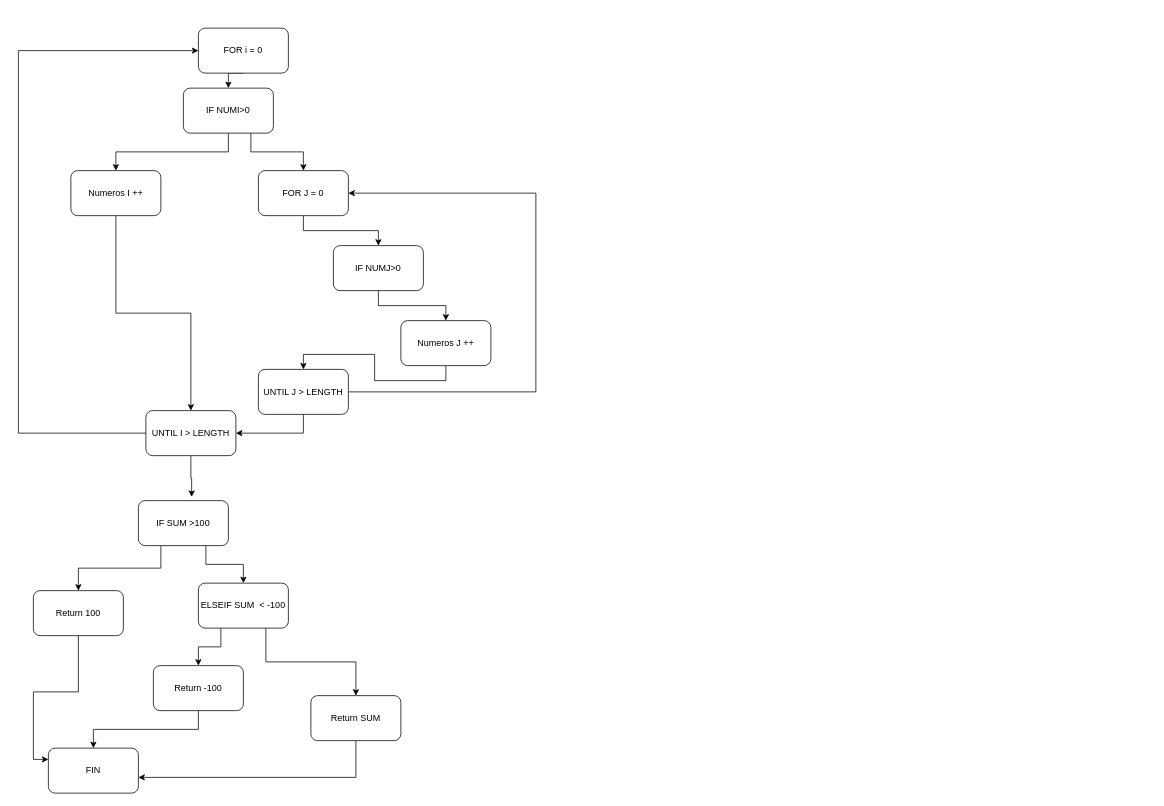
The draw.io diagram Diagrama FOR.drawio in JamartinezSanAlberto/Diagramas, before the edit. Source tidied: cells renumbered, new cells numbered last; positions are measured from the earlier drawing's top-left corner, leaving out a move shared by most shapes. Both pictures are drawn from the tidied source at 75%, with x=0, y=0 at pixel (18, 28).
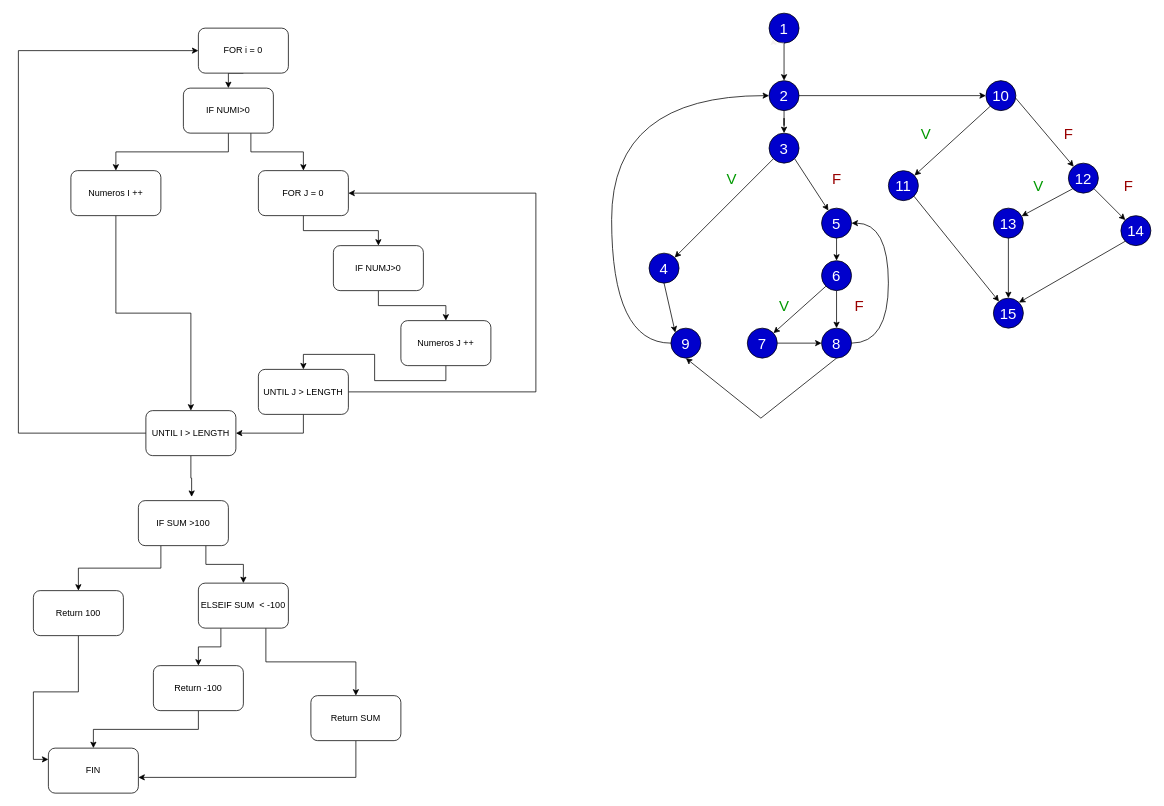
The same page after the edit.

The edit, as a diff of the source:
```diff
@@
+    <mxCell id="34" style="edgeStyle=orthogonalEdgeStyle;rounded=0;jettySize=auto;html=1;exitX=0.5;exitY=1;exitDx=0;exitDy=0;strokeColor=#000000;fontSize=20;fontColor=#FFFFFF;" parent="1" edge="1" source="35" target="39">
+      <mxGeometry relative="1" as="geometry" />
+    </mxCell>
+    <mxCell id="35" value="&lt;font style=&quot;font-size: 20px;&quot; color=&quot;#ffffff&quot;&gt;1&lt;/font&gt;" style="ellipse;whiteSpace=wrap;html=1;fillColor=#0000CC;" parent="1" vertex="1">
+      <mxGeometry x="1000.9" y="-20" width="40" height="40" as="geometry" />
+    </mxCell>
+    <mxCell id="36" style="edgeStyle=orthogonalEdgeStyle;rounded=0;orthogonalLoop=1;jettySize=auto;html=1;exitX=0.5;exitY=1;exitDx=0;exitDy=0;entryX=0;entryY=1;entryDx=0;entryDy=0;strokeColor=#f4f1f1;" parent="1" edge="1" source="35" target="35">
+      <mxGeometry relative="1" as="geometry" />
+    </mxCell>
+    <mxCell id="37" style="edgeStyle=orthogonalEdgeStyle;rounded=0;jettySize=auto;html=1;exitX=0.5;exitY=1;exitDx=0;exitDy=0;strokeColor=#000000;fontSize=20;fontColor=#FFFFFF;" parent="1" edge="1" source="39" target="42">
+      <mxGeometry relative="1" as="geometry" />
+    </mxCell>
+    <mxCell id="38" style="edgeStyle=none;rounded=0;jettySize=auto;html=1;exitX=1;exitY=0.5;exitDx=0;exitDy=0;strokeColor=#000000;fontSize=20;fontColor=#990000;entryX=0;entryY=0.5;entryDx=0;entryDy=0;" parent="1" edge="1" source="39" target="61">
+      <mxGeometry relative="1" as="geometry" />
+    </mxCell>
+    <mxCell id="39" value="&lt;font style=&quot;font-size: 20px;&quot; color=&quot;#ffffff&quot;&gt;2&lt;/font&gt;" style="ellipse;whiteSpace=wrap;html=1;fillColor=#0000CC;fontSize=20;fontColor=#FFFFFF;" parent="1" vertex="1">
+      <mxGeometry x="1000.9" y="70" width="40" height="40" as="geometry" />
+    </mxCell>
+    <mxCell id="40" style="rounded=0;jettySize=auto;html=1;exitX=0;exitY=1;exitDx=0;exitDy=0;strokeColor=#000000;fontSize=20;fontColor=#009900;entryX=1;entryY=0;entryDx=0;entryDy=0;" parent="1" edge="1" source="42" target="45">
+      <mxGeometry relative="1" as="geometry" />
+    </mxCell>
+    <mxCell id="41" style="edgeStyle=none;rounded=0;jettySize=auto;html=1;exitX=1;exitY=1;exitDx=0;exitDy=0;strokeColor=#000000;fontSize=20;fontColor=#009900;" parent="1" edge="1" source="42" target="48">
+      <mxGeometry relative="1" as="geometry" />
+    </mxCell>
+    <mxCell id="42" value="&lt;font style=&quot;font-size: 20px;&quot; color=&quot;#ffffff&quot;&gt;3&lt;/font&gt;" style="ellipse;whiteSpace=wrap;html=1;fillColor=#0000CC;fontSize=20;fontColor=#FFFFFF;" parent="1" vertex="1">
+      <mxGeometry x="1000.9" y="140" width="40" height="40" as="geometry" />
+    </mxCell>
+    <mxCell id="43" value="&lt;font color=&quot;#009900&quot;&gt;V&lt;/font&gt;" style="text;html=1;align=center;verticalAlign=middle;strokeColor=none;fillColor=none;fontSize=20;fontColor=#FFFFFF;" parent="1" vertex="1">
+      <mxGeometry x="930.9" y="180" width="40" height="40" as="geometry" />
+    </mxCell>
+    <mxCell id="44" style="edgeStyle=none;rounded=0;jettySize=auto;html=1;entryX=0;entryY=0;entryDx=0;entryDy=0;strokeColor=#000000;fontSize=20;fontColor=#990000;exitX=0.5;exitY=1;exitDx=0;exitDy=0;" parent="1" edge="1" source="45" target="58">
+      <mxGeometry relative="1" as="geometry" />
+    </mxCell>
+    <mxCell id="45" value="&lt;font style=&quot;font-size: 20px;&quot; color=&quot;#ffffff&quot;&gt;4&lt;/font&gt;" style="ellipse;whiteSpace=wrap;html=1;fillColor=#0000CC;fontSize=20;fontColor=#FFFFFF;" parent="1" vertex="1">
+      <mxGeometry x="840.9" y="300" width="40" height="40" as="geometry" />
+    </mxCell>
+    <mxCell id="46" style="edgeStyle=none;rounded=0;jettySize=auto;html=1;exitX=0.5;exitY=1;exitDx=0;exitDy=0;strokeColor=#000000;fontSize=20;fontColor=#990000;" parent="1" edge="1" source="48" target="52">
+      <mxGeometry relative="1" as="geometry" />
+    </mxCell>
+    <mxCell id="47" style="rounded=0;jettySize=auto;html=1;exitX=0.5;exitY=1;exitDx=0;exitDy=0;entryX=0.5;entryY=1;entryDx=0;entryDy=0;strokeColor=#000000;fontSize=20;fontColor=#990000;" parent="1" edge="1" source="56" target="58">
+      <mxGeometry relative="1" as="geometry">
+        <Array as="points">
+          <mxPoint x="990" y="520" />
+        </Array>
+      </mxGeometry>
+    </mxCell>
+    <mxCell id="48" value="&lt;font style=&quot;font-size: 20px;&quot; color=&quot;#ffffff&quot;&gt;5&lt;/font&gt;" style="ellipse;whiteSpace=wrap;html=1;fillColor=#0000CC;fontSize=20;fontColor=#FFFFFF;" parent="1" vertex="1">
+      <mxGeometry x="1070.9" y="240" width="40" height="40" as="geometry" />
+    </mxCell>
+    <mxCell id="49" value="&lt;font color=&quot;#990000&quot;&gt;F&lt;/font&gt;" style="text;html=1;align=center;verticalAlign=middle;strokeColor=none;fillColor=none;fontSize=20;fontColor=#FFFFFF;" parent="1" vertex="1">
+      <mxGeometry x="1070.9" y="180" width="40" height="40" as="geometry" />
+    </mxCell>
+    <mxCell id="50" style="edgeStyle=none;rounded=0;jettySize=auto;html=1;exitX=0;exitY=1;exitDx=0;exitDy=0;strokeColor=#000000;fontSize=20;fontColor=#990000;" parent="1" edge="1" source="52" target="54">
+      <mxGeometry relative="1" as="geometry" />
+    </mxCell>
+    <mxCell id="51" style="edgeStyle=none;rounded=0;jettySize=auto;html=1;exitX=0.5;exitY=1;exitDx=0;exitDy=0;strokeColor=#000000;fontSize=20;fontColor=#990000;" parent="1" edge="1" source="52" target="56">
+      <mxGeometry relative="1" as="geometry" />
+    </mxCell>
+    <mxCell id="52" value="&lt;font style=&quot;font-size: 20px;&quot; color=&quot;#ffffff&quot;&gt;6&lt;/font&gt;" style="ellipse;whiteSpace=wrap;html=1;fillColor=#0000CC;fontSize=20;fontColor=#FFFFFF;" parent="1" vertex="1">
+      <mxGeometry x="1070.9" y="310" width="40" height="40" as="geometry" />
+    </mxCell>
+    <mxCell id="53" style="edgeStyle=none;rounded=0;jettySize=auto;html=1;exitX=1;exitY=0.5;exitDx=0;exitDy=0;entryX=0;entryY=0.5;entryDx=0;entryDy=0;strokeColor=#000000;fontSize=20;fontColor=#990000;" parent="1" edge="1" source="54" target="56">
+      <mxGeometry relative="1" as="geometry" />
+    </mxCell>
+    <mxCell id="54" value="&lt;font style=&quot;font-size: 20px;&quot; color=&quot;#ffffff&quot;&gt;7&lt;/font&gt;" style="ellipse;whiteSpace=wrap;html=1;fillColor=#0000CC;fontSize=20;fontColor=#FFFFFF;" parent="1" vertex="1">
+      <mxGeometry x="971.9" y="400" width="40" height="40" as="geometry" />
+    </mxCell>
+    <mxCell id="55" style="edgeStyle=orthogonalEdgeStyle;rounded=0;jettySize=auto;html=1;exitX=1;exitY=0.5;exitDx=0;exitDy=0;entryX=1;entryY=0.5;entryDx=0;entryDy=0;strokeColor=#000000;fontSize=20;fontColor=#990000;curved=1;" parent="1" edge="1" source="56" target="48">
+      <mxGeometry relative="1" as="geometry">
+        <Array as="points">
+          <mxPoint x="1160" y="420" />
+          <mxPoint x="1160" y="260" />
+        </Array>
+      </mxGeometry>
+    </mxCell>
+    <mxCell id="56" value="&lt;font style=&quot;font-size: 20px;&quot; color=&quot;#ffffff&quot;&gt;8&lt;/font&gt;" style="ellipse;whiteSpace=wrap;html=1;fillColor=#0000CC;fontSize=20;fontColor=#FFFFFF;" parent="1" vertex="1">
+      <mxGeometry x="1070.9" y="400" width="40" height="40" as="geometry" />
+    </mxCell>
+    <mxCell id="57" style="edgeStyle=orthogonalEdgeStyle;rounded=0;jettySize=auto;html=1;exitX=0;exitY=0.5;exitDx=0;exitDy=0;entryX=0;entryY=0.5;entryDx=0;entryDy=0;strokeColor=#000000;fontSize=20;fontColor=#990000;curved=1;" parent="1" edge="1" source="58" target="39">
+      <mxGeometry relative="1" as="geometry">
+        <Array as="points">
+          <mxPoint x="791" y="420" />
+          <mxPoint x="791" y="90" />
+        </Array>
+      </mxGeometry>
+    </mxCell>
+    <mxCell id="58" value="&lt;font style=&quot;font-size: 20px;&quot; color=&quot;#ffffff&quot;&gt;9&lt;/font&gt;" style="ellipse;whiteSpace=wrap;html=1;fillColor=#0000CC;fontSize=20;fontColor=#FFFFFF;" parent="1" vertex="1">
+      <mxGeometry x="870" y="400" width="40" height="40" as="geometry" />
+    </mxCell>
+    <mxCell id="59" style="rounded=0;jettySize=auto;html=1;exitX=0;exitY=1;exitDx=0;exitDy=0;strokeColor=#000000;fontSize=20;fontColor=#990000;" parent="1" edge="1" source="61" target="63">
+      <mxGeometry relative="1" as="geometry" />
+    </mxCell>
+    <mxCell id="60" style="edgeStyle=none;rounded=0;jettySize=auto;html=1;exitX=0.5;exitY=0;exitDx=0;exitDy=0;strokeColor=#000000;fontSize=20;fontColor=#990000;" parent="1" edge="1" source="61" target="66">
+      <mxGeometry relative="1" as="geometry" />
+    </mxCell>
+    <mxCell id="61" value="&lt;font style=&quot;font-size: 20px;&quot; color=&quot;#ffffff&quot;&gt;10&lt;/font&gt;" style="ellipse;whiteSpace=wrap;html=1;fillColor=#0000CC;fontSize=20;fontColor=#FFFFFF;" parent="1" vertex="1">
+      <mxGeometry x="1290" y="70" width="40" height="40" as="geometry" />
+    </mxCell>
+    <mxCell id="62" style="edgeStyle=none;rounded=0;jettySize=auto;html=1;exitX=1;exitY=1;exitDx=0;exitDy=0;strokeColor=#000000;fontSize=20;fontColor=#990000;" parent="1" edge="1" source="63" target="69">
+      <mxGeometry relative="1" as="geometry" />
+    </mxCell>
+    <mxCell id="63" value="&lt;font style=&quot;font-size: 20px;&quot; color=&quot;#ffffff&quot;&gt;11&lt;/font&gt;" style="ellipse;whiteSpace=wrap;html=1;fillColor=#0000CC;fontSize=20;fontColor=#FFFFFF;" parent="1" vertex="1">
+      <mxGeometry x="1160" y="190" width="40" height="40" as="geometry" />
+    </mxCell>
+    <mxCell id="64" style="edgeStyle=none;rounded=0;jettySize=auto;html=1;exitX=1;exitY=1;exitDx=0;exitDy=0;strokeColor=#000000;fontSize=20;fontColor=#990000;" parent="1" edge="1" source="66" target="68">
+      <mxGeometry relative="1" as="geometry" />
+    </mxCell>
+    <mxCell id="65" style="edgeStyle=none;rounded=0;jettySize=auto;html=1;exitX=0;exitY=1;exitDx=0;exitDy=0;strokeColor=#000000;fontSize=20;fontColor=#990000;" parent="1" edge="1" source="66" target="71">
+      <mxGeometry relative="1" as="geometry" />
+    </mxCell>
+    <mxCell id="66" value="&lt;font style=&quot;font-size: 20px;&quot; color=&quot;#ffffff&quot;&gt;12&lt;/font&gt;" style="ellipse;whiteSpace=wrap;html=1;fillColor=#0000CC;fontSize=20;fontColor=#FFFFFF;" parent="1" vertex="1">
+      <mxGeometry x="1400" y="180" width="40" height="40" as="geometry" />
+    </mxCell>
+    <mxCell id="67" style="edgeStyle=none;rounded=0;jettySize=auto;html=1;exitX=0;exitY=1;exitDx=0;exitDy=0;entryX=1;entryY=0;entryDx=0;entryDy=0;strokeColor=#000000;fontSize=20;fontColor=#990000;" parent="1" edge="1" source="68" target="69">
+      <mxGeometry relative="1" as="geometry" />
+    </mxCell>
+    <mxCell id="68" value="&lt;font style=&quot;font-size: 20px;&quot; color=&quot;#ffffff&quot;&gt;14&lt;/font&gt;" style="ellipse;whiteSpace=wrap;html=1;fillColor=#0000CC;fontSize=20;fontColor=#FFFFFF;" parent="1" vertex="1">
+      <mxGeometry x="1470" y="250" width="40" height="40" as="geometry" />
+    </mxCell>
+    <mxCell id="69" value="&lt;font style=&quot;font-size: 20px;&quot; color=&quot;#ffffff&quot;&gt;15&lt;/font&gt;" style="ellipse;whiteSpace=wrap;html=1;fillColor=#0000CC;fontSize=20;fontColor=#FFFFFF;" parent="1" vertex="1">
+      <mxGeometry x="1300" y="360" width="40" height="40" as="geometry" />
+    </mxCell>
+    <mxCell id="70" style="edgeStyle=none;rounded=0;jettySize=auto;html=1;exitX=0.5;exitY=1;exitDx=0;exitDy=0;entryX=0.5;entryY=0;entryDx=0;entryDy=0;strokeColor=#000000;fontSize=20;fontColor=#990000;" parent="1" edge="1" source="71" target="69">
+      <mxGeometry relative="1" as="geometry" />
+    </mxCell>
+    <mxCell id="71" value="&lt;font style=&quot;font-size: 20px;&quot; color=&quot;#ffffff&quot;&gt;13&lt;/font&gt;" style="ellipse;whiteSpace=wrap;html=1;fillColor=#0000CC;fontSize=20;fontColor=#FFFFFF;" parent="1" vertex="1">
+      <mxGeometry x="1300" y="240" width="40" height="40" as="geometry" />
+    </mxCell>
+    <mxCell id="72" value="&lt;font color=&quot;#009900&quot;&gt;V&lt;/font&gt;" style="text;html=1;align=center;verticalAlign=middle;strokeColor=none;fillColor=none;fontSize=20;fontColor=#FFFFFF;" parent="1" vertex="1">
+      <mxGeometry x="1190" y="120" width="40" height="40" as="geometry" />
+    </mxCell>
+    <mxCell id="73" value="&lt;font color=&quot;#009900&quot;&gt;V&lt;/font&gt;" style="text;html=1;align=center;verticalAlign=middle;strokeColor=none;fillColor=none;fontSize=20;fontColor=#FFFFFF;" parent="1" vertex="1">
+      <mxGeometry x="1340" y="190" width="40" height="40" as="geometry" />
+    </mxCell>
+    <mxCell id="74" value="&lt;font color=&quot;#990000&quot;&gt;F&lt;/font&gt;" style="text;html=1;align=center;verticalAlign=middle;strokeColor=none;fillColor=none;fontSize=20;fontColor=#FFFFFF;" parent="1" vertex="1">
+      <mxGeometry x="1380" y="120" width="40" height="40" as="geometry" />
+    </mxCell>
+    <mxCell id="75" value="&lt;font color=&quot;#990000&quot;&gt;F&lt;/font&gt;" style="text;html=1;align=center;verticalAlign=middle;strokeColor=none;fillColor=none;fontSize=20;fontColor=#FFFFFF;" parent="1" vertex="1">
+      <mxGeometry x="1460" y="190" width="40" height="40" as="geometry" />
+    </mxCell>
+    <mxCell id="76" value="&lt;font color=&quot;#009900&quot;&gt;V&lt;/font&gt;" style="text;html=1;align=center;verticalAlign=middle;strokeColor=none;fillColor=none;fontSize=20;fontColor=#FFFFFF;" parent="1" vertex="1">
+      <mxGeometry x="1000.9" y="350" width="40" height="40" as="geometry" />
+    </mxCell>
+    <mxCell id="77" value="&lt;font color=&quot;#990000&quot;&gt;F&lt;/font&gt;" style="text;html=1;align=center;verticalAlign=middle;strokeColor=none;fillColor=none;fontSize=20;fontColor=#FFFFFF;" parent="1" vertex="1">
+      <mxGeometry x="1100.9" y="350" width="40" height="40" as="geometry" />
+    </mxCell>
```
